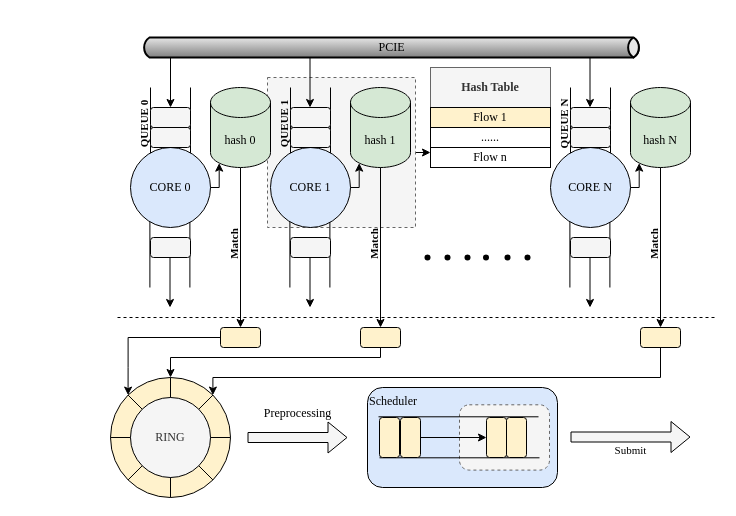
Above: page "第 1 页" (1 of 6) of DPU_flowID.drawio in CHRIS123540/GPU (draw.io), before the change. Source tidied: cells renumbered, new cells numbered last; positions are measured from the earlier drawing's top-left corner, leaving out a move shared by most shapes. Both pictures are drawn from the tidied source at 100%, with x=0, y=0 at pixel (110, 37).
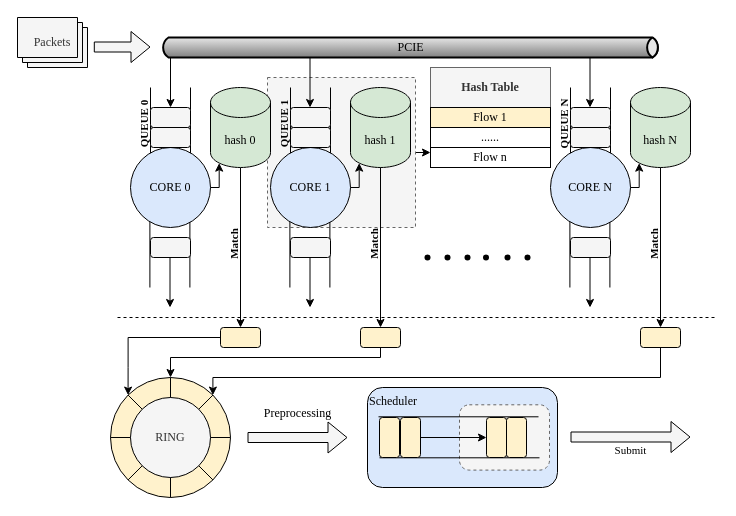
The same diagram, later.

Diff of the diagram source:
```diff
@@
     <mxCell id="70" value="&lt;font style=&quot;font-size: 12px;&quot;&gt;PCIE&lt;/font&gt;" style="strokeWidth=2;strokeColor=#000000;dashed=0;align=center;html=1;fontSize=12;shape=mxgraph.eip.messageChannel;fontStyle=0;labelBackgroundColor=none;fontFamily=Times New Roman;" parent="1" vertex="1">
-      <mxGeometry x="31" width="500" height="20" as="geometry" />
+      <mxGeometry x="50" width="500" height="20" as="geometry" />
     </mxCell>
@@
+    <mxCell id="81" value="Packets" style="verticalLabelPosition=middle;verticalAlign=middle;html=1;shape=mxgraph.basic.layered_rect;dx=10;whiteSpace=wrap;horizontal=1;fontStyle=0;labelPosition=center;align=center;fontFamily=Times New Roman;fillColor=#f5f5f5;fontColor=#333333;strokeColor=#000000;fontSize=12;" parent="1" vertex="1">
+      <mxGeometry x="-93" y="-20" width="70" height="50" as="geometry" />
+    </mxCell>
+    <mxCell id="82" style="shape=flexArrow;endArrow=classic;html=1;rounded=0;entryX=0;entryY=0.5;entryDx=2.7;entryDy=0;entryPerimeter=0;exitX=0;exitY=0;exitDx=90;exitDy=30;exitPerimeter=0;fillColor=#f5f5f5;strokeColor=#000000;" parent="1" edge="1">
+      <mxGeometry relative="1" as="geometry">
+        <mxPoint x="-16.7" y="9.5" as="sourcePoint" />
+        <mxPoint x="40" y="9.5" as="targetPoint" />
+      </mxGeometry>
+    </mxCell>
```
